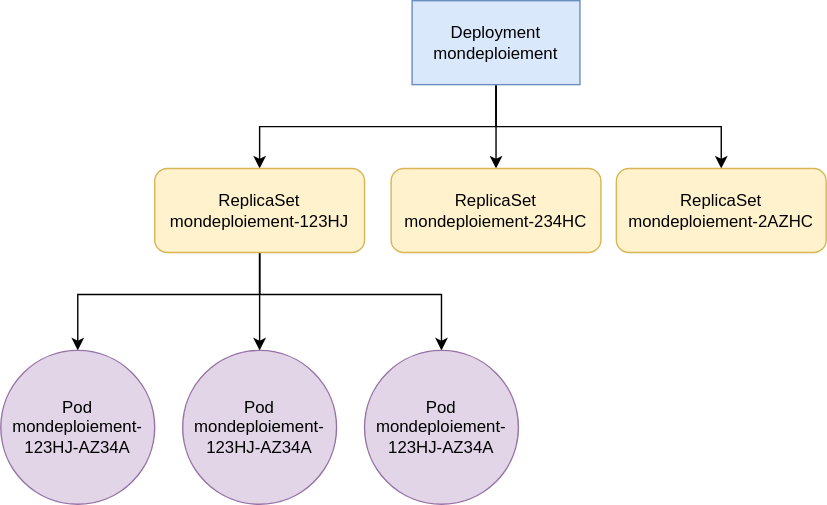
Earlier version of the draw.io export images/Deployment.svg (obeyler/Formation-K8S). Source tidied: cells renumbered, new cells last; positions are measured from the earlier drawing's top-left corner, leaving out a move shared by most shapes.
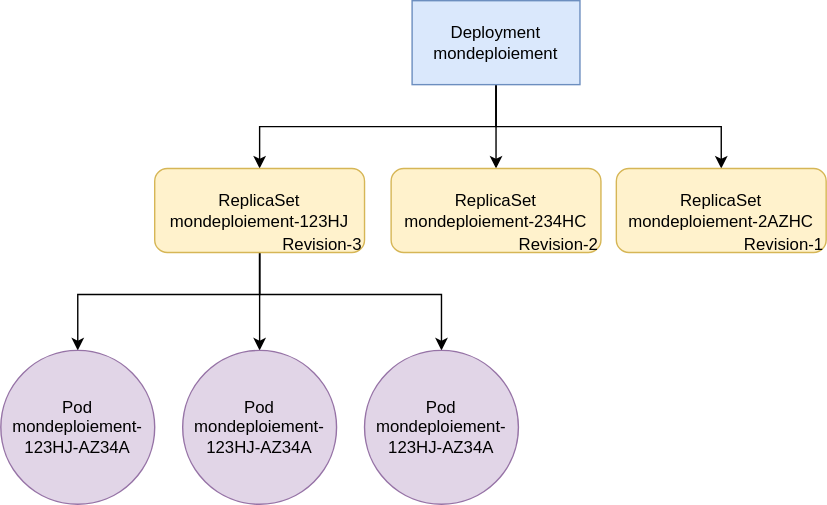
After the commit.

The edit, as a diff of the source:
```diff
@@ -51,5 +51,14 @@
     <mxCell id="14" value="Pod&lt;br&gt;mondeploiement-123HJ-AZ34A" style="ellipse;whiteSpace=wrap;html=1;fillColor=#e1d5e7;strokeColor=#9673a6;" parent="1" vertex="1">
       <mxGeometry x="260" y="250" width="110" height="110" as="geometry" />
     </mxCell>
+    <mxCell id="15" value="Revision-3" style="text;html=1;strokeColor=none;fillColor=none;align=center;verticalAlign=middle;whiteSpace=wrap;rounded=0;" parent="1" vertex="1">
+      <mxGeometry x="200" y="160" width="60" height="30" as="geometry" />
+    </mxCell>
+    <mxCell id="16" value="Revision-2" style="text;html=1;strokeColor=none;fillColor=none;align=center;verticalAlign=middle;whiteSpace=wrap;rounded=0;" parent="1" vertex="1">
+      <mxGeometry x="369" y="160" width="60" height="30" as="geometry" />
+    </mxCell>
+    <mxCell id="17" value="Revision-1" style="text;html=1;strokeColor=none;fillColor=none;align=center;verticalAlign=middle;whiteSpace=wrap;rounded=0;" parent="1" vertex="1">
+      <mxGeometry x="530" y="160" width="60" height="30" as="geometry" />
+    </mxCell>
   </root>
 </mxGraphModel>
```
